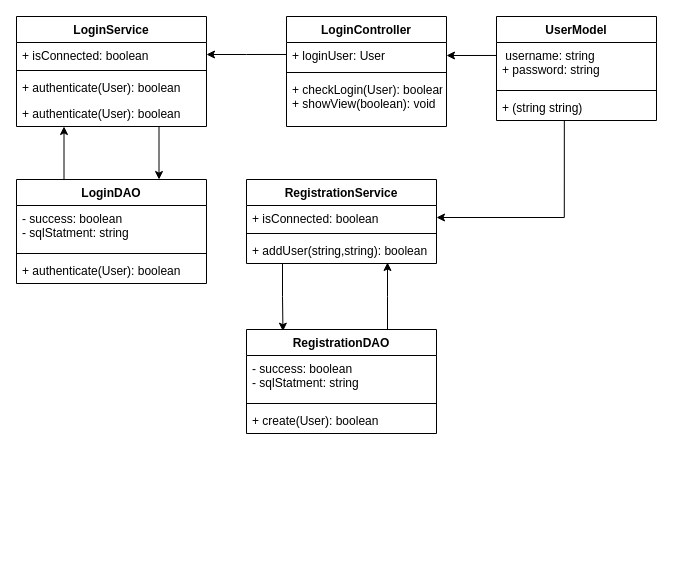
The draw.io diagram Documentation/Diagrams/UML.drawio in RSteinebrunner/LaravelProject, before the edit. Source tidied: cells renumbered, new cells numbered last; positions are measured from the earlier drawing's top-left corner, leaving out a move shared by most shapes. Both pictures are drawn from the tidied source at 100%, with x=0, y=0 at pixel (16, 16).
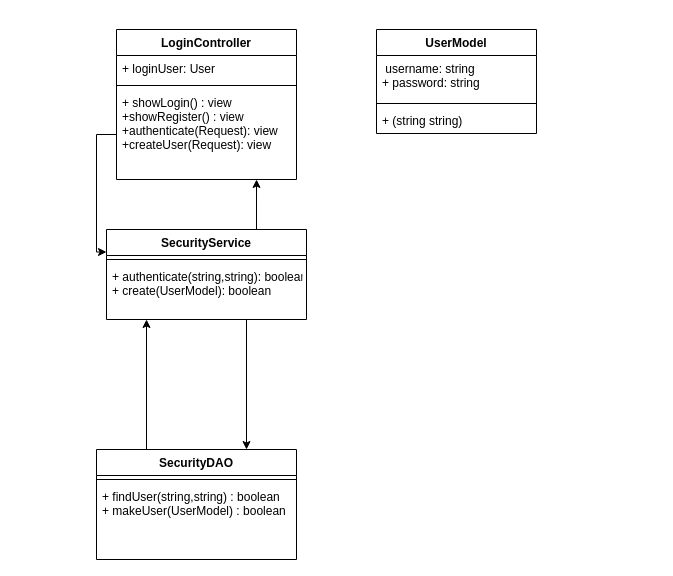
The same diagram, later.

Unchanged cells that the change refers to:
```xml
<mxCell id="10" value=" username: string&#10;+ password: string&#10;" style="text;strokeColor=none;fillColor=none;align=left;verticalAlign=top;spacingLeft=4;spacingRight=4;overflow=hidden;points=[[0,0.5],[1,0.5]];portConstraint=eastwest;" parent="9" vertex="1">
  <mxGeometry y="26" width="160" height="44" as="geometry" />
</mxCell>
<mxCell id="12" value="+ (string string)" style="text;strokeColor=none;fillColor=none;align=left;verticalAlign=top;spacingLeft=4;spacingRight=4;overflow=hidden;points=[[0,0.5],[1,0.5]];portConstraint=eastwest;" parent="9" vertex="1">
  <mxGeometry y="78" width="160" height="26" as="geometry" />
</mxCell>
```

Diff of the diagram source:
```diff
@@
-    <mxCell id="2" style="edgeStyle=orthogonalEdgeStyle;rounded=0;jettySize=auto;html=1;entryX=0.75;entryY=0;entryDx=0;entryDy=0;exitX=0.75;exitY=1;exitDx=0;exitDy=0;exitPerimeter=0;" parent="1" edge="1" source="7" target="23">
-      <mxGeometry relative="1" as="geometry" />
+    <mxCell id="2" style="edgeStyle=orthogonalEdgeStyle;rounded=0;jettySize=auto;html=1;entryX=0.75;entryY=0;entryDx=0;entryDy=0;" parent="1" edge="1" target="23">
+      <mxGeometry relative="1" as="geometry">
+        <mxPoint x="230" y="304" as="sourcePoint" />
+        <Array as="points">
+          <mxPoint x="230" y="303" />
+        </Array>
+      </mxGeometry>
     </mxCell>
+    <mxCell id="34" style="edgeStyle=orthogonalEdgeStyle;rounded=0;jettySize=auto;html=1;exitX=0.75;exitY=0;exitDx=0;exitDy=0;entryX=0.778;entryY=1;entryDx=0;entryDy=0;entryPerimeter=0;" parent="1" edge="1" source="3" target="21">
+      <mxGeometry relative="1" as="geometry" />
+    </mxCell>
-    <mxCell id="3" value="LoginService" style="swimlane;fontStyle=1;align=center;verticalAlign=top;horizontal=1;startSize=26;" parent="1" vertex="1">
-      <mxGeometry width="190" height="110" as="geometry" />
+    <mxCell id="3" value="SecurityService" style="swimlane;fontStyle=1;align=center;verticalAlign=top;horizontal=1;startSize=26;" parent="1" vertex="1">
+      <mxGeometry x="90" y="213" width="200" height="90" as="geometry" />
     </mxCell>
-    <mxCell id="4" value="+ isConnected: boolean" style="text;strokeColor=none;fillColor=none;align=left;verticalAlign=top;spacingLeft=4;spacingRight=4;overflow=hidden;points=[[0,0.5],[1,0.5]];portConstraint=eastwest;" parent="3" vertex="1">
-      <mxGeometry y="26" width="190" height="24" as="geometry" />
-    </mxCell>
     <mxCell id="5" style="line;strokeWidth=1;fillColor=none;align=left;verticalAlign=middle;spacingTop=-1;spacingLeft=3;spacingRight=3;labelPosition=right;" parent="3" vertex="1">
-      <mxGeometry y="50" width="190" height="8" as="geometry" />
+      <mxGeometry y="26" width="200" height="8" as="geometry" />
     </mxCell>
-    <mxCell id="6" value="+ authenticate(User): boolean" style="text;strokeColor=none;fillColor=none;align=left;verticalAlign=top;spacingLeft=4;spacingRight=4;overflow=hidden;points=[[0,0.5],[1,0.5]];portConstraint=eastwest;" parent="3" vertex="1">
-      <mxGeometry y="58" width="190" height="26" as="geometry" />
+    <mxCell id="6" value="+ authenticate(string,string): boolean&#10;+ create(UserModel): boolean" style="text;strokeColor=none;fillColor=none;align=left;verticalAlign=top;spacingLeft=4;spacingRight=4;overflow=hidden;points=[[0,0.5],[1,0.5]];portConstraint=eastwest;" parent="3" vertex="1">
+      <mxGeometry y="34" width="200" height="56" as="geometry" />
     </mxCell>
-    <mxCell id="7" value="+ authenticate(User): boolean" style="text;strokeColor=none;fillColor=none;align=left;verticalAlign=top;spacingLeft=4;spacingRight=4;overflow=hidden;points=[[0,0.5],[1,0.5]];portConstraint=eastwest;" parent="3" vertex="1">
-      <mxGeometry y="84" width="190" height="26" as="geometry" />
-    </mxCell>
-    <mxCell id="8" style="edgeStyle=orthogonalEdgeStyle;rounded=0;jettySize=auto;html=1;entryX=1;entryY=0.5;entryDx=0;entryDy=0;exitX=0;exitY=0.295;exitDx=0;exitDy=0;exitPerimeter=0;" parent="1" edge="1" source="10" target="19">
-      <mxGeometry relative="1" as="geometry" />
-    </mxCell>
     <mxCell id="9" value="UserModel" style="swimlane;fontStyle=1;align=center;verticalAlign=top;horizontal=1;startSize=26;" parent="1" vertex="1">
-      <mxGeometry x="480" width="160" height="104" as="geometry" />
+      <mxGeometry x="360" y="13" width="160" height="104" as="geometry" />
     </mxCell>
@@
-    <mxCell id="13" value="RegistrationService" style="swimlane;fontStyle=1;align=center;verticalAlign=top;horizontal=1;startSize=26;" parent="1" vertex="1">
-      <mxGeometry x="230" y="163" width="190" height="84" as="geometry" />
-    </mxCell>
-    <mxCell id="14" value="+ isConnected: boolean" style="text;strokeColor=none;fillColor=none;align=left;verticalAlign=top;spacingLeft=4;spacingRight=4;overflow=hidden;points=[[0,0.5],[1,0.5]];portConstraint=eastwest;" parent="13" vertex="1">
-      <mxGeometry y="26" width="190" height="24" as="geometry" />
-    </mxCell>
-    <mxCell id="15" style="line;strokeWidth=1;fillColor=none;align=left;verticalAlign=middle;spacingTop=-1;spacingLeft=3;spacingRight=3;labelPosition=right;" parent="13" vertex="1">
-      <mxGeometry y="50" width="190" height="8" as="geometry" />
-    </mxCell>
-    <mxCell id="16" value="+ addUser(string,string): boolean" style="text;strokeColor=none;fillColor=none;align=left;verticalAlign=top;spacingLeft=4;spacingRight=4;overflow=hidden;" parent="13" vertex="1">
-      <mxGeometry y="58" width="190" height="26" as="geometry" />
-    </mxCell>
-    <mxCell id="17" style="edgeStyle=orthogonalEdgeStyle;rounded=0;jettySize=auto;html=1;entryX=1;entryY=0.5;entryDx=0;entryDy=0;exitX=0.001;exitY=0.461;exitDx=0;exitDy=0;exitPerimeter=0;" parent="1" edge="1" source="19" target="4">
-      <mxGeometry relative="1" as="geometry">
-        <Array as="points">
-          <mxPoint x="230" y="38" />
-        </Array>
-      </mxGeometry>
-    </mxCell>
     <mxCell id="18" value="LoginController" style="swimlane;fontStyle=1;align=center;verticalAlign=top;horizontal=1;startSize=26;" parent="1" vertex="1">
-      <mxGeometry x="270" width="160" height="110" as="geometry" />
+      <mxGeometry x="100" y="13" width="180" height="150" as="geometry" />
     </mxCell>
     <mxCell id="19" value="+ loginUser: User" style="text;strokeColor=none;fillColor=none;align=left;verticalAlign=top;spacingLeft=4;spacingRight=4;overflow=hidden;points=[[0,0.5],[1,0.5]];portConstraint=eastwest;" parent="18" vertex="1">
-      <mxGeometry y="26" width="160" height="26" as="geometry" />
+      <mxGeometry y="26" width="180" height="26" as="geometry" />
     </mxCell>
     <mxCell id="20" style="line;strokeWidth=1;fillColor=none;align=left;verticalAlign=middle;spacingTop=-1;spacingLeft=3;spacingRight=3;labelPosition=right;" parent="18" vertex="1">
-      <mxGeometry y="52" width="160" height="8" as="geometry" />
+      <mxGeometry y="52" width="180" height="8" as="geometry" />
     </mxCell>
-    <mxCell id="21" value="+ checkLogin(User): boolean&#10;+ showView(boolean): void" style="text;strokeColor=none;fillColor=none;align=left;verticalAlign=top;spacingLeft=4;spacingRight=4;overflow=hidden;points=[[0,0.5],[1,0.5]];portConstraint=eastwest;" parent="18" vertex="1">
-      <mxGeometry y="60" width="160" height="50" as="geometry" />
+    <mxCell id="21" value="+ showLogin() : view&#10;+showRegister() : view&#10;+authenticate(Request): view&#10;+createUser(Request): view" style="text;strokeColor=none;fillColor=none;align=left;verticalAlign=top;spacingLeft=4;spacingRight=4;overflow=hidden;points=[[0,0.5],[1,0.5]];portConstraint=eastwest;" parent="18" vertex="1">
+      <mxGeometry y="60" width="180" height="90" as="geometry" />
     </mxCell>
-    <mxCell id="22" style="edgeStyle=orthogonalEdgeStyle;rounded=0;jettySize=auto;html=1;exitX=0.25;exitY=0;exitDx=0;exitDy=0;entryX=0.25;entryY=1;entryDx=0;entryDy=0;" parent="1" edge="1" source="23" target="3">
+    <mxCell id="22" style="edgeStyle=orthogonalEdgeStyle;rounded=0;jettySize=auto;html=1;exitX=0.25;exitY=0;exitDx=0;exitDy=0;entryX=0.2;entryY=1;entryDx=0;entryDy=0;entryPerimeter=0;" parent="1" edge="1" source="23" target="6">
       <mxGeometry relative="1" as="geometry" />
     </mxCell>
-    <mxCell id="23" value="LoginDAO" style="swimlane;fontStyle=1;align=center;verticalAlign=top;horizontal=1;startSize=26;" parent="1" vertex="1">
-      <mxGeometry y="163" width="190" height="104" as="geometry" />
+    <mxCell id="23" value="SecurityDAO" style="swimlane;fontStyle=1;align=center;verticalAlign=top;horizontal=1;startSize=26;" parent="1" vertex="1">
+      <mxGeometry x="80" y="433" width="200" height="110" as="geometry" />
     </mxCell>
-    <mxCell id="24" value="- success: boolean&#10;- sqlStatment: string" style="text;strokeColor=none;fillColor=none;align=left;verticalAlign=top;spacingLeft=4;spacingRight=4;overflow=hidden;" parent="23" vertex="1">
-      <mxGeometry y="26" width="190" height="44" as="geometry" />
-    </mxCell>
     <mxCell id="25" style="line;strokeWidth=1;fillColor=none;align=left;verticalAlign=middle;spacingTop=-1;spacingLeft=3;spacingRight=3;labelPosition=right;" parent="23" vertex="1">
-      <mxGeometry y="70" width="190" height="8" as="geometry" />
+      <mxGeometry y="26" width="200" height="8" as="geometry" />
     </mxCell>
-    <mxCell id="26" value="+ authenticate(User): boolean" style="text;strokeColor=none;fillColor=none;align=left;verticalAlign=top;spacingLeft=4;spacingRight=4;overflow=hidden;" parent="23" vertex="1">
-      <mxGeometry y="78" width="190" height="26" as="geometry" />
+    <mxCell id="26" value="+ findUser(string,string) : boolean&#10;+ makeUser(UserModel) : boolean" style="text;strokeColor=none;fillColor=none;align=left;verticalAlign=top;spacingLeft=4;spacingRight=4;overflow=hidden;" parent="23" vertex="1">
+      <mxGeometry y="34" width="200" height="76" as="geometry" />
     </mxCell>
-    <mxCell id="27" style="edgeStyle=orthogonalEdgeStyle;rounded=0;orthogonalLoop=1;jettySize=auto;html=1;" parent="1" edge="1">
-      <mxGeometry relative="1" as="geometry">
-        <mxPoint x="371" y="313" as="sourcePoint" />
-        <mxPoint x="371" y="246" as="targetPoint" />
-        <Array as="points">
-          <mxPoint x="371" y="280" />
-          <mxPoint x="371" y="280" />
-        </Array>
-      </mxGeometry>
-    </mxCell>
-    <mxCell id="28" style="edgeStyle=orthogonalEdgeStyle;rounded=0;jettySize=auto;html=1;entryX=0.192;entryY=0.016;entryDx=0;entryDy=0;entryPerimeter=0;" parent="1" edge="1" target="29">
-      <mxGeometry relative="1" as="geometry">
-        <mxPoint x="266" y="247" as="sourcePoint" />
-        <Array as="points">
-          <mxPoint x="266" y="280" />
-          <mxPoint x="266" y="280" />
-        </Array>
-      </mxGeometry>
-    </mxCell>
-    <mxCell id="29" value="RegistrationDAO" style="swimlane;fontStyle=1;align=center;verticalAlign=top;horizontal=1;startSize=26;" parent="1" vertex="1">
-      <mxGeometry x="230" y="313" width="190" height="104" as="geometry" />
-    </mxCell>
-    <mxCell id="30" value="- success: boolean&#10;- sqlStatment: string" style="text;strokeColor=none;fillColor=none;align=left;verticalAlign=top;spacingLeft=4;spacingRight=4;overflow=hidden;" parent="29" vertex="1">
-      <mxGeometry y="26" width="190" height="44" as="geometry" />
-    </mxCell>
-    <mxCell id="31" style="line;strokeWidth=1;fillColor=none;align=left;verticalAlign=middle;spacingTop=-1;spacingLeft=3;spacingRight=3;labelPosition=right;" parent="29" vertex="1">
-      <mxGeometry y="70" width="190" height="8" as="geometry" />
-    </mxCell>
-    <mxCell id="32" value="+ create(User): boolean" style="text;strokeColor=none;fillColor=none;align=left;verticalAlign=top;spacingLeft=4;spacingRight=4;overflow=hidden;" parent="29" vertex="1">
-      <mxGeometry y="78" width="190" height="26" as="geometry" />
-    </mxCell>
-    <mxCell id="33" style="edgeStyle=orthogonalEdgeStyle;rounded=0;jettySize=auto;html=1;entryX=1;entryY=0.5;entryDx=0;entryDy=0;exitX=0.424;exitY=1.011;exitDx=0;exitDy=0;exitPerimeter=0;" parent="1" edge="1" source="12" target="14">
-      <mxGeometry relative="1" as="geometry" />
-    </mxCell>
+    <mxCell id="35" style="edgeStyle=orthogonalEdgeStyle;rounded=0;jettySize=auto;html=1;entryX=0;entryY=0.25;entryDx=0;entryDy=0;" parent="1" edge="1" source="21" target="3">
+      <mxGeometry relative="1" as="geometry" />
+    </mxCell>
```
